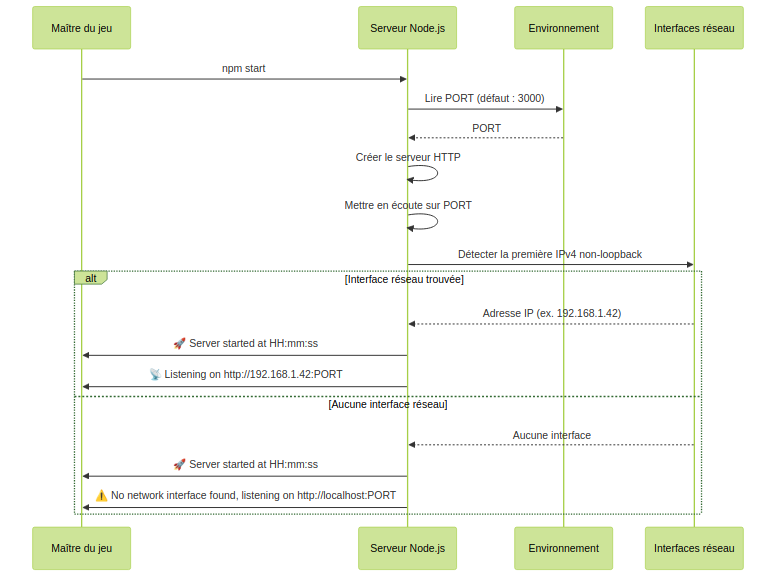
ODehel/quiz-live-server keeps this Mermaid diagram as docs/specs/diagrams/US-001-server-startup-sequence.png. Above is the earlier version. Its source is kept beside it as docs/specs/diagrams/US-001-server-startup-sequence.mmd.
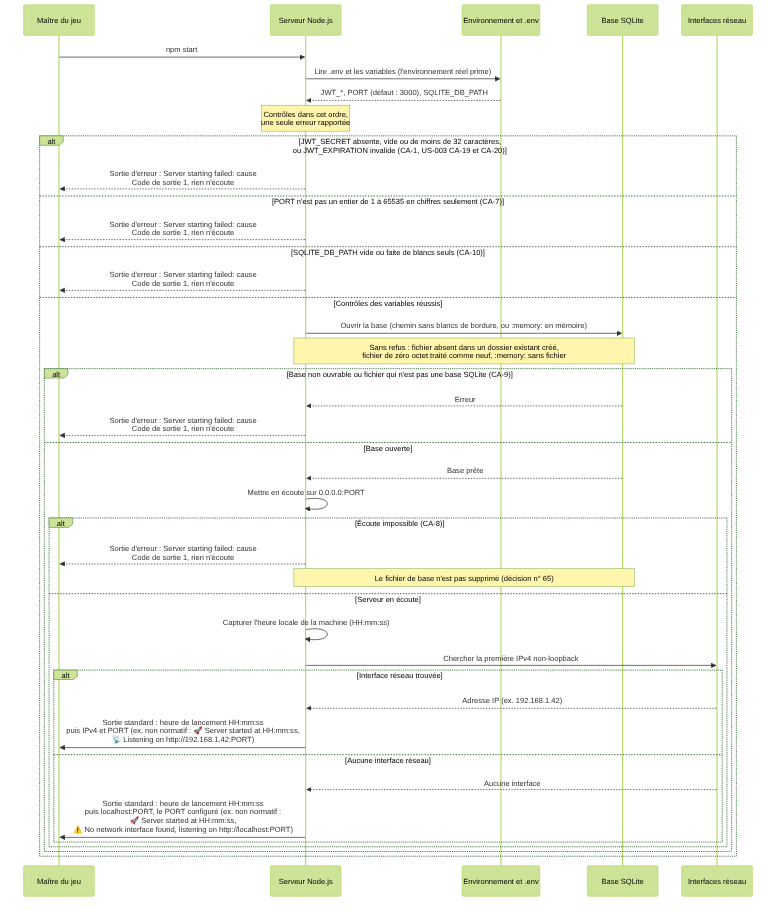
After the commit.

Commit message:
docs(specs): show the startup refusals and their order in the US-001 diagrams (#135)

What changed in the source:
```diff
@@ -2,24 +2,44 @@
 sequenceDiagram
     participant U as Maître du jeu
     participant S as Serveur Node.js
-    participant ENV as Environnement
+    participant ENV as Environnement et .env
+    participant DB as Base SQLite
     participant NET as Interfaces réseau
 
     U->>S: npm start
-    S->>ENV: Lire PORT (défaut : 3000)
-    ENV-->>S: PORT
+    S->>ENV: Lire .env et les variables (l'environnement réel prime)
+    ENV-->>S: JWT_*, PORT (défaut : 3000), SQLITE_DB_PATH
 
-    S->>S: Créer le serveur HTTP
-    S->>S: Mettre en écoute sur PORT
+    Note over S: Contrôles dans cet ordre,<br/>une seule erreur rapportée
 
-    S->>NET: Détecter la première IPv4 non-loopback
-
-    alt Interface réseau trouvée
-        NET-->>S: Adresse IP (ex. 192.168.1.42)
-        S->>U: 🚀 Server started at HH:mm:ss
-        S->>U: 📡 Listening on http://192.168.1.42:PORT
-    else Aucune interface réseau
-        NET-->>S: Aucune interface
-        S->>U: 🚀 Server started at HH:mm:ss
-        S->>U: ⚠️ No network interface found, listening on http://localhost:PORT
+    alt JWT_SECRET absente, vide ou de moins de 32 caractères,<br/>ou JWT_EXPIRATION invalide (CA-1, US-003 CA-19 et CA-20)
+        S-->>U: Sortie d'erreur : Server starting failed: cause<br/>Code de sortie 1, rien n'écoute
+    else PORT n'est pas un entier de 1 à 65535 en chiffres seulement (CA-7)
+        S-->>U: Sortie d'erreur : Server starting failed: cause<br/>Code de sortie 1, rien n'écoute
+    else SQLITE_DB_PATH vide ou faite de blancs seuls (CA-10)
+        S-->>U: Sortie d'erreur : Server starting failed: cause<br/>Code de sortie 1, rien n'écoute
+    else Contrôles des variables réussis
+        S->>DB: Ouvrir la base (chemin sans blancs de bordure, ou :memory: en mémoire)
+        Note over S,DB: Sans refus : fichier absent dans un dossier existant créé,<br/>fichier de zéro octet traité comme neuf, :memory: sans fichier
+        alt Base non ouvrable ou fichier qui n'est pas une base SQLite (CA-9)
+            DB-->>S: Erreur
+            S-->>U: Sortie d'erreur : Server starting failed: cause<br/>Code de sortie 1, rien n'écoute
+        else Base ouverte
+            DB-->>S: Base prête
+            S->>S: Mettre en écoute sur 0.0.0.0:PORT
+            alt Écoute impossible (CA-8)
+                S-->>U: Sortie d'erreur : Server starting failed: cause<br/>Code de sortie 1, rien n'écoute
+                Note over S,DB: Le fichier de base n'est pas supprimé (décision n° 65)
+            else Serveur en écoute
+                S->>S: Capturer l'heure locale de la machine (HH:mm:ss)
+                S->>NET: Chercher la première IPv4 non-loopback
+                alt Interface réseau trouvée
+                    NET-->>S: Adresse IP (ex. 192.168.1.42)
+                    S->>U: Sortie standard : heure de lancement HH:mm:ss<br/>puis IPv4 et PORT (ex. non normatif : 🚀 Server started at HH:mm:ss,<br/>📡 Listening on http://192.168.1.42:PORT)
+                else Aucune interface réseau
+                    NET-->>S: Aucune interface
+                    S->>U: Sortie standard : heure de lancement HH:mm:ss<br/>puis localhost:PORT, le PORT configuré (ex. non normatif :<br/>🚀 Server started at HH:mm:ss,<br/>⚠️ No network interface found, listening on http://localhost:PORT)
+                end
+            end
+        end
     end
```
